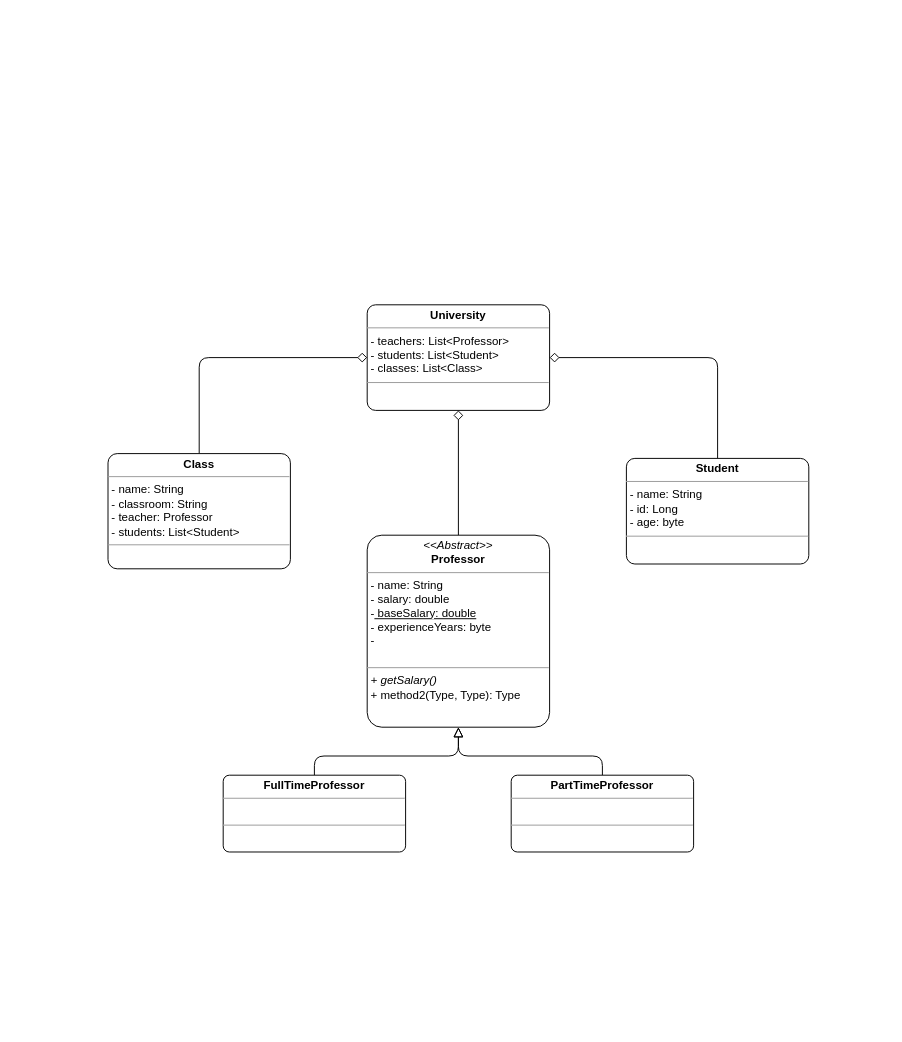
This is Diagram/UMLDiagram.drawio from jessiRobGlobant/UniversityProject, a draw.io file, before an edit. Source tidied: cells renumbered, new cells numbered last; positions are measured from the earlier drawing's top-left corner, leaving out a move shared by most shapes. Both pictures are drawn from the tidied source at 96%, with x=0, y=0 at pixel (108, 304).
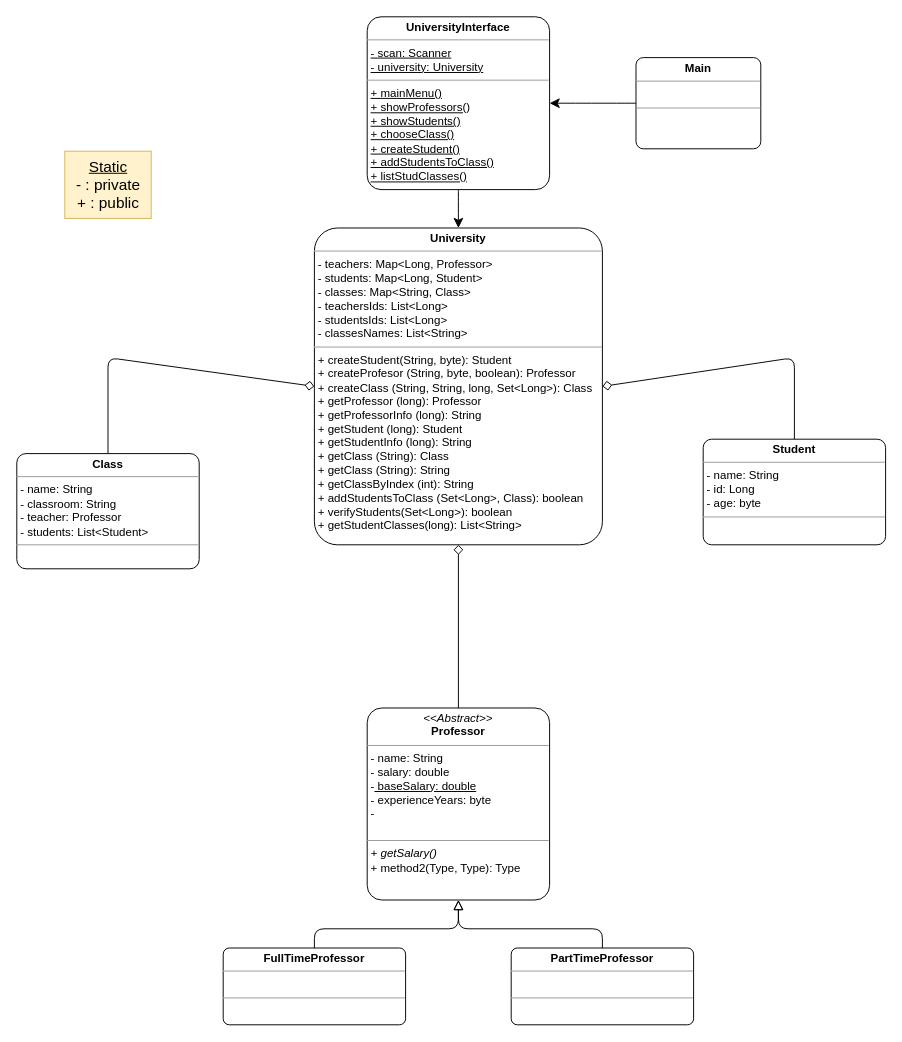
Above is the later version.

Commit message:
Updated UMLDiagram Interface and University

Change to the diagram source:
```diff
@@
     <mxCell id="3" value="&lt;p style=&quot;margin:0px;margin-top:4px;text-align:center;&quot;&gt;&lt;i&gt;&amp;lt;&amp;lt;Abstract&amp;gt;&amp;gt;&lt;/i&gt;&lt;br&gt;&lt;b&gt;Professor&lt;/b&gt;&lt;/p&gt;&lt;hr size=&quot;1&quot;&gt;&lt;p style=&quot;margin:0px;margin-left:4px;&quot;&gt;- name: String&lt;br&gt;- salary: double&lt;/p&gt;&lt;p style=&quot;margin:0px;margin-left:4px;&quot;&gt;-&lt;u&gt; baseSalary: double&lt;/u&gt;&lt;/p&gt;&lt;p style=&quot;margin:0px;margin-left:4px;&quot;&gt;- experienceYears: byte&lt;/p&gt;&lt;p style=&quot;margin:0px;margin-left:4px;&quot;&gt;-&amp;nbsp;&lt;/p&gt;&lt;p style=&quot;margin:0px;margin-left:4px;&quot;&gt;&lt;u&gt;&lt;br&gt;&lt;/u&gt;&lt;/p&gt;&lt;hr size=&quot;1&quot;&gt;&lt;p style=&quot;margin:0px;margin-left:4px;&quot;&gt;&lt;i&gt;+ getSalary()&lt;/i&gt;&lt;br&gt;+ method2(Type, Type): Type&lt;/p&gt;" style="verticalAlign=top;align=left;overflow=fill;fontSize=12;fontFamily=Helvetica;html=1;rounded=1;shadow=0;comic=0;labelBackgroundColor=none;strokeWidth=1;arcSize=8;" parent="1" vertex="1">
-      <mxGeometry x="270" y="240" width="190" height="200" as="geometry" />
+      <mxGeometry x="270" y="420" width="190" height="200" as="geometry" />
     </mxCell>
     <mxCell id="4" style="edgeStyle=none;curved=0;rounded=1;jettySize=auto;html=1;entryX=0.5;entryY=1;entryDx=0;entryDy=0;fontSize=12;startSize=8;endSize=8;exitX=0.5;exitY=0;exitDx=0;exitDy=0;endArrow=block;endFill=0;startArrow=none;startFill=0;" parent="1" edge="1" source="5" target="3">
       <mxGeometry relative="1" as="geometry">
         <Array as="points">
-          <mxPoint x="215" y="470" />
-          <mxPoint x="365" y="470" />
+          <mxPoint x="215" y="650" />
+          <mxPoint x="365" y="650" />
         </Array>
       </mxGeometry>
     </mxCell>
     <mxCell id="5" value="&lt;p style=&quot;margin:0px;margin-top:4px;text-align:center;&quot;&gt;&lt;b&gt;FullTimeProfessor&lt;/b&gt;&lt;/p&gt;&lt;hr size=&quot;1&quot;&gt;&lt;p style=&quot;margin:0px;margin-left:4px;&quot;&gt;&lt;br&gt;&lt;/p&gt;&lt;hr size=&quot;1&quot;&gt;&lt;p style=&quot;margin:0px;margin-left:4px;&quot;&gt;&lt;br&gt;&lt;/p&gt;" style="verticalAlign=top;align=left;overflow=fill;fontSize=12;fontFamily=Helvetica;html=1;rounded=1;shadow=0;comic=0;labelBackgroundColor=none;strokeWidth=1;arcSize=8;" parent="1" vertex="1">
-      <mxGeometry x="120" y="490" width="190" height="80" as="geometry" />
+      <mxGeometry x="120" y="670" width="190" height="80" as="geometry" />
     </mxCell>
     <mxCell id="6" style="edgeStyle=none;curved=0;rounded=1;jettySize=auto;html=1;entryX=0.5;entryY=1;entryDx=0;entryDy=0;fontSize=12;startSize=8;endSize=8;exitX=0.5;exitY=0;exitDx=0;exitDy=0;startArrow=none;startFill=0;endArrow=block;endFill=0;" parent="1" edge="1" source="7" target="3">
       <mxGeometry relative="1" as="geometry">
         <Array as="points">
-          <mxPoint x="515" y="470" />
-          <mxPoint x="365" y="470" />
+          <mxPoint x="515" y="650" />
+          <mxPoint x="365" y="650" />
         </Array>
       </mxGeometry>
     </mxCell>
     <mxCell id="7" value="&lt;p style=&quot;margin:0px;margin-top:4px;text-align:center;&quot;&gt;&lt;b&gt;PartTimeProfessor&lt;/b&gt;&lt;/p&gt;&lt;hr size=&quot;1&quot;&gt;&lt;p style=&quot;margin:0px;margin-left:4px;&quot;&gt;&lt;br&gt;&lt;/p&gt;&lt;hr size=&quot;1&quot;&gt;&lt;p style=&quot;margin:0px;margin-left:4px;&quot;&gt;&lt;br&gt;&lt;/p&gt;" style="verticalAlign=top;align=left;overflow=fill;fontSize=12;fontFamily=Helvetica;html=1;rounded=1;shadow=0;comic=0;labelBackgroundColor=none;strokeWidth=1;arcSize=8;" parent="1" vertex="1">
-      <mxGeometry x="420" y="490" width="190" height="80" as="geometry" />
+      <mxGeometry x="420" y="670" width="190" height="80" as="geometry" />
     </mxCell>
-    <mxCell id="8" value="&lt;p style=&quot;margin:0px;margin-top:4px;text-align:center;&quot;&gt;&lt;b&gt;University&lt;/b&gt;&lt;/p&gt;&lt;hr size=&quot;1&quot;&gt;&lt;p style=&quot;margin:0px;margin-left:4px;&quot;&gt;- teachers: List&amp;lt;Professor&amp;gt;&lt;br&gt;- students: List&amp;lt;Student&amp;gt;&lt;/p&gt;&lt;p style=&quot;margin:0px;margin-left:4px;&quot;&gt;- classes: List&amp;lt;Class&amp;gt;&lt;/p&gt;&lt;hr size=&quot;1&quot;&gt;&lt;p style=&quot;margin:0px;margin-left:4px;&quot;&gt;&lt;br&gt;&lt;/p&gt;" style="verticalAlign=top;align=left;overflow=fill;fontSize=12;fontFamily=Helvetica;html=1;rounded=1;shadow=0;comic=0;labelBackgroundColor=none;strokeWidth=1;arcSize=8;" parent="1" vertex="1">
-      <mxGeometry x="270" width="190" height="110" as="geometry" />
+    <mxCell id="8" value="&lt;p style=&quot;margin:0px;margin-top:4px;text-align:center;&quot;&gt;&lt;b&gt;University&lt;/b&gt;&lt;/p&gt;&lt;hr size=&quot;1&quot;&gt;&lt;p style=&quot;margin:0px;margin-left:4px;&quot;&gt;- teachers:&amp;nbsp;Map&amp;lt;Long, Professor&amp;gt;&lt;br&gt;- students:&amp;nbsp;Map&amp;lt;Long, Student&amp;gt;&lt;/p&gt;&lt;p style=&quot;margin:0px;margin-left:4px;&quot;&gt;- classes: Map&amp;lt;String, Class&amp;gt;&lt;/p&gt;&lt;p style=&quot;margin:0px;margin-left:4px;&quot;&gt;- teachersIds: List&amp;lt;Long&amp;gt;&lt;/p&gt;&lt;p style=&quot;border-color: var(--border-color); margin: 0px 0px 0px 4px;&quot;&gt;- studentsIds: List&amp;lt;Long&amp;gt;&lt;/p&gt;&lt;p style=&quot;border-color: var(--border-color); margin: 0px 0px 0px 4px;&quot;&gt;- classesNames: List&amp;lt;String&amp;gt;&lt;/p&gt;&lt;hr size=&quot;1&quot;&gt;&lt;p style=&quot;margin:0px;margin-left:4px;&quot;&gt;+&amp;nbsp;createStudent(String, byte): Student&lt;/p&gt;&lt;p style=&quot;margin:0px;margin-left:4px;&quot;&gt;+&amp;nbsp;createProfesor (String, byte, boolean): Professor&lt;/p&gt;&lt;p style=&quot;margin:0px;margin-left:4px;&quot;&gt;+&amp;nbsp;createClass (String, String, long, Set&amp;lt;Long&amp;gt;): Class&lt;/p&gt;&lt;p style=&quot;margin:0px;margin-left:4px;&quot;&gt;+&amp;nbsp;getProfessor (long): Professor&lt;/p&gt;&lt;p style=&quot;margin:0px;margin-left:4px;&quot;&gt;+ getProfessorInfo (long): String&lt;br&gt;&lt;/p&gt;&lt;p style=&quot;margin:0px;margin-left:4px;&quot;&gt;+ getStudent (long): Student&lt;br&gt;&lt;/p&gt;&lt;p style=&quot;margin:0px;margin-left:4px;&quot;&gt;+ getStudentInfo (long): String&lt;br&gt;&lt;/p&gt;&lt;p style=&quot;margin:0px;margin-left:4px;&quot;&gt;+ getClass (String): Class&lt;br&gt;&lt;/p&gt;&lt;p style=&quot;margin:0px;margin-left:4px;&quot;&gt;+ getClass (String): String&lt;br&gt;&lt;/p&gt;&lt;p style=&quot;margin:0px;margin-left:4px;&quot;&gt;+&amp;nbsp;getClassByIndex (int): String&lt;/p&gt;&lt;p style=&quot;margin:0px;margin-left:4px;&quot;&gt;+&amp;nbsp;addStudentsToClass (Set&amp;lt;Long&amp;gt;, Class): boolean&lt;/p&gt;&lt;p style=&quot;margin:0px;margin-left:4px;&quot;&gt;+&amp;nbsp;verifyStudents(Set&amp;lt;Long&amp;gt;): boolean&amp;nbsp;&lt;/p&gt;&lt;p style=&quot;margin:0px;margin-left:4px;&quot;&gt;+&amp;nbsp;getStudentClasses(long): List&amp;lt;String&amp;gt;&lt;/p&gt;" style="verticalAlign=top;align=left;overflow=fill;fontSize=12;fontFamily=Helvetica;html=1;rounded=1;shadow=0;comic=0;labelBackgroundColor=none;strokeWidth=1;arcSize=8;" parent="1" vertex="1">
+      <mxGeometry x="215" y="-80" width="300" height="330" as="geometry" />
     </mxCell>
     <mxCell id="9" style="edgeStyle=none;curved=0;rounded=1;jettySize=auto;html=1;entryX=1;entryY=0.5;entryDx=0;entryDy=0;fontSize=12;startSize=8;endSize=8;endArrow=diamond;endFill=0;" parent="1" edge="1" source="10" target="8">
       <mxGeometry relative="1" as="geometry">
         <Array as="points">
-          <mxPoint x="635" y="55" />
+          <mxPoint x="715" y="55" />
         </Array>
       </mxGeometry>
     </mxCell>
     <mxCell id="10" value="&lt;p style=&quot;margin:0px;margin-top:4px;text-align:center;&quot;&gt;&lt;b&gt;Student&lt;/b&gt;&lt;/p&gt;&lt;hr size=&quot;1&quot;&gt;&lt;p style=&quot;margin:0px;margin-left:4px;&quot;&gt;- name: String&lt;br&gt;- id: Long&lt;/p&gt;&lt;p style=&quot;margin:0px;margin-left:4px;&quot;&gt;- age: byte&lt;/p&gt;&lt;hr size=&quot;1&quot;&gt;&lt;p style=&quot;margin:0px;margin-left:4px;&quot;&gt;&lt;br&gt;&lt;/p&gt;" style="verticalAlign=top;align=left;overflow=fill;fontSize=12;fontFamily=Helvetica;html=1;rounded=1;shadow=0;comic=0;labelBackgroundColor=none;strokeWidth=1;arcSize=8;" parent="1" vertex="1">
-      <mxGeometry x="540" y="160" width="190" height="110" as="geometry" />
+      <mxGeometry x="620" y="140" width="190" height="110" as="geometry" />
     </mxCell>
     <mxCell id="11" style="edgeStyle=none;curved=0;rounded=1;jettySize=auto;html=1;exitX=0.5;exitY=0;exitDx=0;exitDy=0;entryX=0;entryY=0.5;entryDx=0;entryDy=0;fontSize=12;startSize=8;endSize=8;endArrow=diamond;endFill=0;" parent="1" edge="1" source="12" target="8">
       <mxGeometry relative="1" as="geometry">
         <Array as="points">
-          <mxPoint x="95" y="55" />
+          <mxPoint y="55" />
         </Array>
       </mxGeometry>
     </mxCell>
     <mxCell id="12" value="&lt;p style=&quot;margin:0px;margin-top:4px;text-align:center;&quot;&gt;&lt;b&gt;Class&lt;/b&gt;&lt;/p&gt;&lt;hr size=&quot;1&quot;&gt;&lt;p style=&quot;margin:0px;margin-left:4px;&quot;&gt;- name: String&lt;br&gt;- classroom: String&lt;/p&gt;&lt;p style=&quot;margin:0px;margin-left:4px;&quot;&gt;- teacher: Professor&lt;/p&gt;&lt;p style=&quot;margin:0px;margin-left:4px;&quot;&gt;- students: List&amp;lt;Student&amp;gt;&lt;/p&gt;&lt;hr size=&quot;1&quot;&gt;&lt;p style=&quot;margin:0px;margin-left:4px;&quot;&gt;&lt;br&gt;&lt;/p&gt;" style="verticalAlign=top;align=left;overflow=fill;fontSize=12;fontFamily=Helvetica;html=1;rounded=1;shadow=0;comic=0;labelBackgroundColor=none;strokeWidth=1;arcSize=8;" parent="1" vertex="1">
-      <mxGeometry y="155" width="190" height="120" as="geometry" />
+      <mxGeometry x="-95" y="155" width="190" height="120" as="geometry" />
     </mxCell>
+    <mxCell id="13" style="edgeStyle=none;curved=1;rounded=0;jettySize=auto;html=1;fontSize=12;startSize=8;endSize=8;" parent="1" edge="1" source="14" target="8">
+      <mxGeometry relative="1" as="geometry" />
+    </mxCell>
+    <mxCell id="14" value="&lt;p style=&quot;margin:0px;margin-top:4px;text-align:center;&quot;&gt;&lt;b&gt;UniversityInterface&lt;/b&gt;&lt;/p&gt;&lt;hr size=&quot;1&quot;&gt;&lt;p style=&quot;margin:0px;margin-left:4px;&quot;&gt;&lt;u&gt;- scan: Scanner&lt;br&gt;- university: University&lt;/u&gt;&lt;br&gt;&lt;/p&gt;&lt;hr size=&quot;1&quot;&gt;&lt;p style=&quot;margin:0px;margin-left:4px;&quot;&gt;&lt;u&gt;+ mainMenu()&lt;/u&gt;&lt;/p&gt;&lt;p style=&quot;margin:0px;margin-left:4px;&quot;&gt;&lt;u&gt;+ showProfessors()&lt;/u&gt;&lt;/p&gt;&lt;p style=&quot;margin:0px;margin-left:4px;&quot;&gt;&lt;u&gt;+ showStudents()&lt;/u&gt;&lt;/p&gt;&lt;p style=&quot;margin:0px;margin-left:4px;&quot;&gt;&lt;u&gt;+ chooseClass()&lt;/u&gt;&lt;/p&gt;&lt;p style=&quot;margin:0px;margin-left:4px;&quot;&gt;&lt;u&gt;+ createStudent()&lt;/u&gt;&lt;/p&gt;&lt;p style=&quot;margin:0px;margin-left:4px;&quot;&gt;&lt;u&gt;+&amp;nbsp;addStudentsToClass()&lt;/u&gt;&lt;/p&gt;&lt;p style=&quot;margin:0px;margin-left:4px;&quot;&gt;&lt;u&gt;+&amp;nbsp;listStudClasses()&lt;/u&gt;&lt;/p&gt;" style="verticalAlign=top;align=left;overflow=fill;fontSize=12;fontFamily=Helvetica;html=1;rounded=1;shadow=0;comic=0;labelBackgroundColor=none;strokeWidth=1;arcSize=8;" parent="1" vertex="1">
+      <mxGeometry x="270" y="-300" width="190" height="180" as="geometry" />
+    </mxCell>
+    <mxCell id="15" style="edgeStyle=none;curved=1;rounded=0;jettySize=auto;html=1;entryX=1;entryY=0.5;entryDx=0;entryDy=0;fontSize=12;startSize=8;endSize=8;" parent="1" edge="1" source="16" target="14">
+      <mxGeometry relative="1" as="geometry" />
+    </mxCell>
+    <mxCell id="16" value="&lt;p style=&quot;margin:0px;margin-top:4px;text-align:center;&quot;&gt;&lt;b&gt;Main&lt;/b&gt;&lt;/p&gt;&lt;hr size=&quot;1&quot;&gt;&lt;p style=&quot;margin:0px;margin-left:4px;&quot;&gt;&lt;br&gt;&lt;/p&gt;&lt;hr size=&quot;1&quot;&gt;&lt;p style=&quot;margin:0px;margin-left:4px;&quot;&gt;&lt;br&gt;&lt;/p&gt;" style="verticalAlign=top;align=left;overflow=fill;fontSize=12;fontFamily=Helvetica;html=1;rounded=1;shadow=0;comic=0;labelBackgroundColor=none;strokeWidth=1;arcSize=8;" parent="1" vertex="1">
+      <mxGeometry x="550" y="-257.5" width="130" height="95" as="geometry" />
+    </mxCell>
+    <mxCell id="17" value="&lt;u&gt;Static&lt;/u&gt;&lt;br&gt;- : private&lt;br&gt;+ : public&lt;br&gt;" style="text;html=1;align=center;verticalAlign=middle;strokeColor=#d6b656;fillColor=#fff2cc;fontSize=16;" parent="1" vertex="1">
+      <mxGeometry x="-45" y="-160" width="90" height="70" as="geometry" />
+    </mxCell>
```
